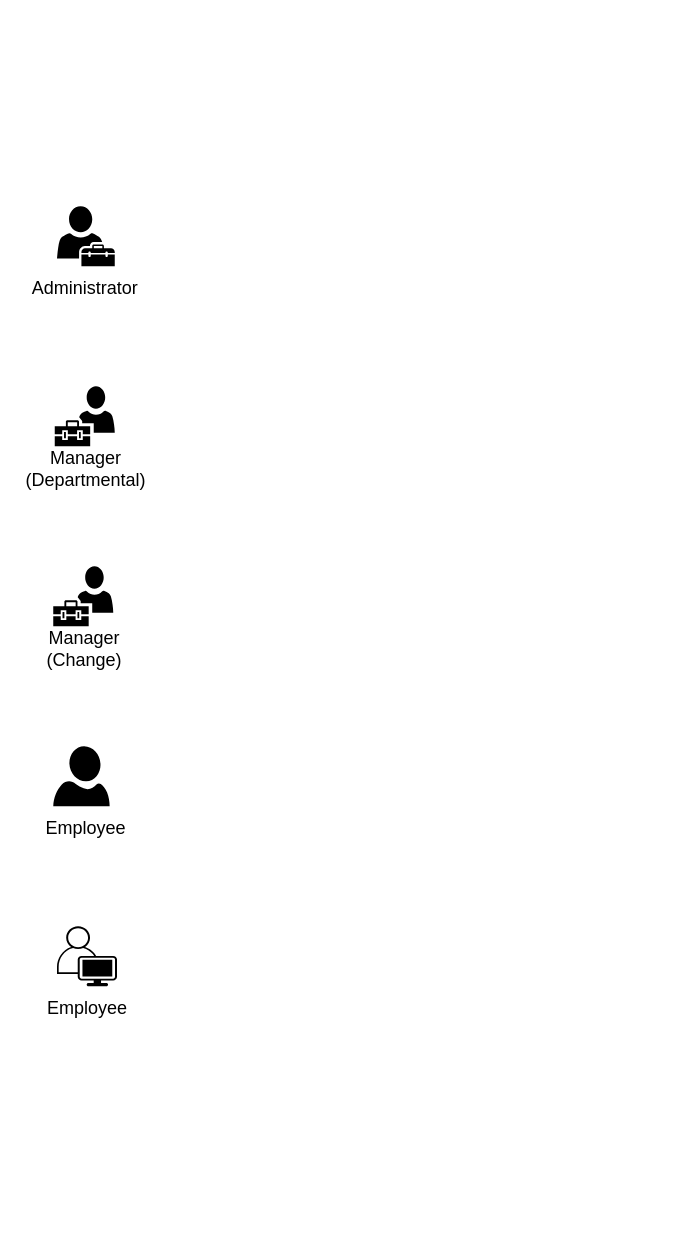
Before: Diagramme du cas d’utilisation.drawio in BenHelal/controleMudancas, a draw.io diagram. Source tidied: cells renumbered, new cells numbered last; positions are measured from the earlier drawing's top-left corner, leaving out a move shared by most shapes. Both pictures are drawn from the tidied source at 150%, with x=0, y=0 at pixel (39, 206).
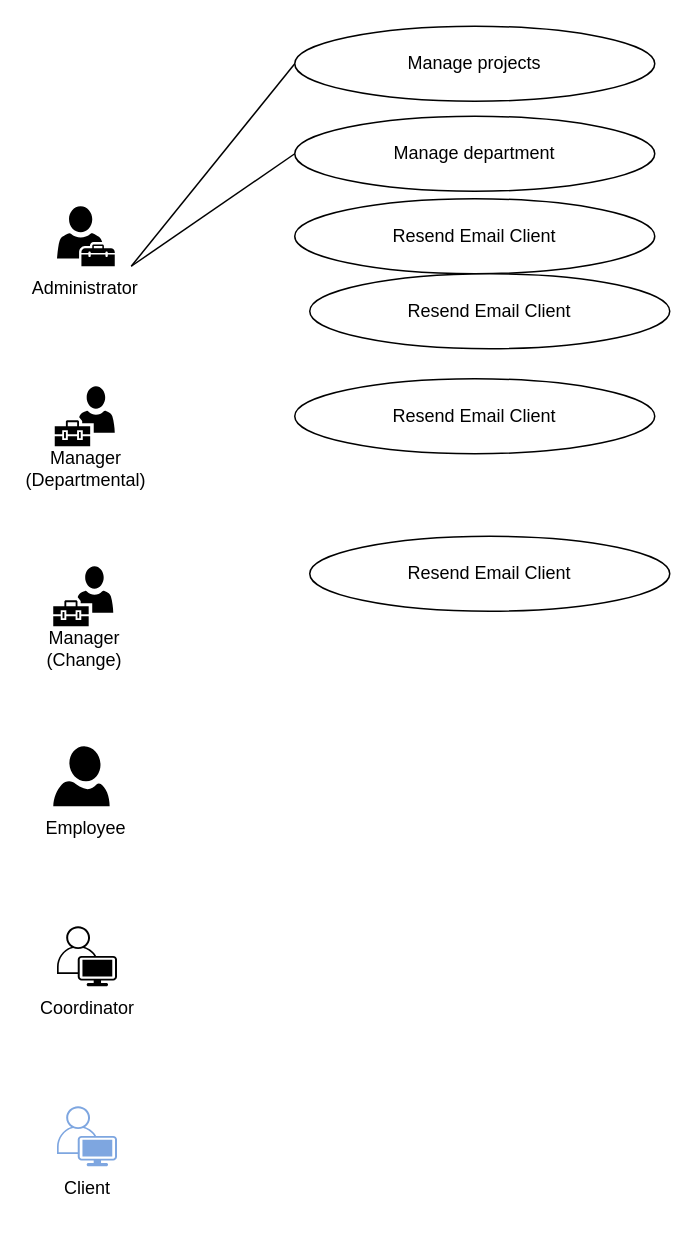
The same diagram, later.

Unchanged cells that the change refers to:
```xml
<mxCell id="7" value="Administrator" style="text;html=1;strokeColor=none;fillColor=none;align=center;verticalAlign=middle;whiteSpace=wrap;rounded=0;" parent="1" vertex="1">
  <mxGeometry y="40" width="61" height="30" as="geometry" />
</mxCell>
```

Change to the diagram source:
```diff
@@
-    <mxCell id="11" value="Employee" style="text;html=1;strokeColor=none;fillColor=none;align=center;verticalAlign=middle;whiteSpace=wrap;rounded=0;" parent="1" vertex="1">
+    <mxCell id="11" value="Coordinator" style="text;html=1;strokeColor=none;fillColor=none;align=center;verticalAlign=middle;whiteSpace=wrap;rounded=0;" parent="1" vertex="1">
       <mxGeometry x="1.5" y="520" width="60" height="30" as="geometry" />
     </mxCell>
+    <mxCell id="12" style="verticalLabelPosition=bottom;sketch=0;html=1;verticalAlign=top;align=center;shape=mxgraph.cisco19.user;fillColor=#7EA6E0;strokeColor=none;" parent="1" vertex="1">
+      <mxGeometry x="11.5" y="600" width="40" height="40" as="geometry" />
+    </mxCell>
+    <mxCell id="13" value="Client" style="text;html=1;strokeColor=none;fillColor=none;align=center;verticalAlign=middle;whiteSpace=wrap;rounded=0;" parent="1" vertex="1">
+      <mxGeometry x="1.5" y="640" width="60" height="30" as="geometry" />
+    </mxCell>
+    <mxCell id="14" value="Manage projects" style="ellipse;whiteSpace=wrap;html=1;" parent="1" vertex="1">
+      <mxGeometry x="170" y="-120" width="240" height="50" as="geometry" />
+    </mxCell>
+    <mxCell id="15" style="endArrow=none;html=1;rounded=0;exitX=1;exitY=0;exitDx=0;exitDy=0;entryX=0;entryY=0.5;entryDx=0;entryDy=0;" parent="1" edge="1" source="7" target="14">
+      <mxGeometry relative="1" as="geometry" />
+    </mxCell>
+    <mxCell id="16" value="Manage department" style="ellipse;whiteSpace=wrap;html=1;" parent="1" vertex="1">
+      <mxGeometry x="170" y="-60" width="240" height="50" as="geometry" />
+    </mxCell>
+    <mxCell id="17" style="endArrow=none;html=1;rounded=0;exitX=1;exitY=0;exitDx=0;exitDy=0;entryX=0;entryY=0.5;entryDx=0;entryDy=0;" parent="1" edge="1" source="7" target="16">
+      <mxGeometry relative="1" as="geometry" />
+    </mxCell>
+    <mxCell id="18" value="Resend Email Client" style="ellipse;whiteSpace=wrap;html=1;" parent="1" vertex="1">
+      <mxGeometry x="170" y="-5" width="240" height="50" as="geometry" />
+    </mxCell>
+    <mxCell id="19" value="Resend Email Client" style="ellipse;whiteSpace=wrap;html=1;" parent="1" vertex="1">
+      <mxGeometry x="180" y="45" width="240" height="50" as="geometry" />
+    </mxCell>
+    <mxCell id="20" value="Resend Email Client" style="ellipse;whiteSpace=wrap;html=1;" parent="1" vertex="1">
+      <mxGeometry x="170" y="115" width="240" height="50" as="geometry" />
+    </mxCell>
+    <mxCell id="21" value="Resend Email Client" style="ellipse;whiteSpace=wrap;html=1;" parent="1" vertex="1">
+      <mxGeometry x="180" y="220" width="240" height="50" as="geometry" />
+    </mxCell>
```
